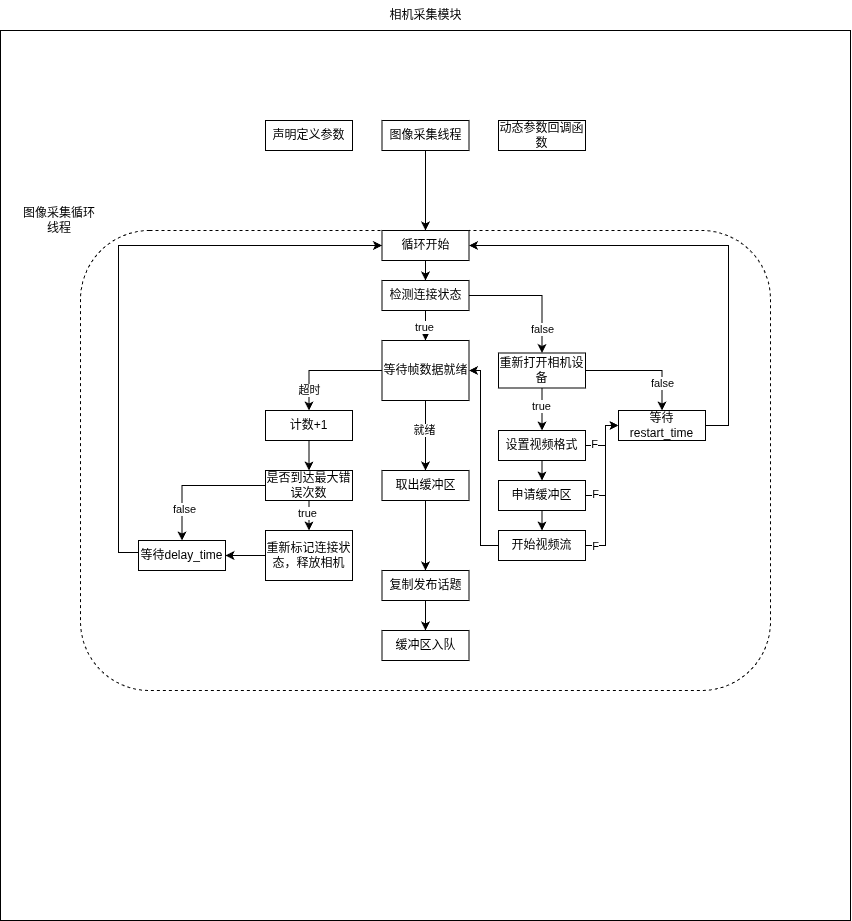
adoreATRI/ATRI_usb_camera keeps this draw.io diagram as docs/图像采集逻辑.png. Above is the earlier version. Source tidied: cells renumbered, new cells last; positions are measured from the earlier drawing's top-left corner, leaving out a move shared by most shapes.
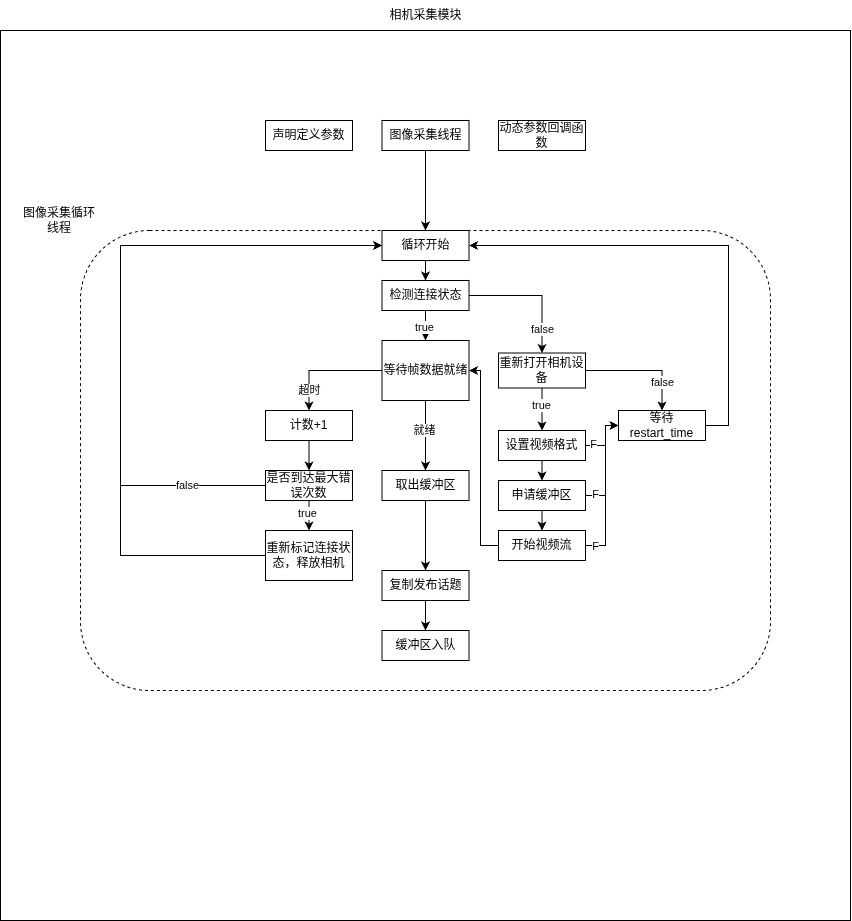
Later version of the same file.

Diff of the diagram source:
```diff
@@ -107,32 +107,34 @@
     <mxCell id="33" value="true" style="edgeLabel;html=1;align=center;verticalAlign=middle;" parent="32" vertex="1">
       <mxGeometry x="-0.51" y="-2" relative="1" as="geometry" />
     </mxCell>
-    <mxCell id="34" style="edgeStyle=orthogonalEdgeStyle;rounded=0;jettySize=auto;html=1;entryX=0.5;entryY=0;entryDx=0;entryDy=0;" parent="1" edge="1" source="36" target="40">
-      <mxGeometry relative="1" as="geometry" />
+    <mxCell id="34" style="edgeStyle=orthogonalEdgeStyle;rounded=0;jettySize=auto;html=1;entryX=0;entryY=0.5;entryDx=0;entryDy=0;" parent="1" edge="1" source="36" target="42">
+      <mxGeometry relative="1" as="geometry">
+        <Array as="points">
+          <mxPoint x="120" y="485" />
+          <mxPoint x="120" y="245" />
+        </Array>
+      </mxGeometry>
     </mxCell>
+    <mxCell id="57" value="Text" style="edgeLabel;html=1;align=center;verticalAlign=middle;" parent="34" vertex="1">
+      <mxGeometry x="-0.76" y="-1" relative="1" as="geometry" />
+    </mxCell>
     <mxCell id="35" value="false" style="edgeLabel;html=1;align=center;verticalAlign=middle;" parent="34" vertex="1">
-      <mxGeometry x="0.54" y="2" relative="1" as="geometry" />
+      <mxGeometry x="-0.76" relative="1" as="geometry" />
     </mxCell>
     <mxCell id="36" value="是否到达最大错误次数" style="rounded=0;whiteSpace=wrap;html=1;" parent="1" vertex="1">
       <mxGeometry x="265" y="470" width="87" height="30" as="geometry" />
     </mxCell>
-    <mxCell id="37" style="edgeStyle=orthogonalEdgeStyle;rounded=0;jettySize=auto;html=1;entryX=1;entryY=0.5;entryDx=0;entryDy=0;" parent="1" edge="1" source="38" target="40">
-      <mxGeometry relative="1" as="geometry" />
+    <mxCell id="37" style="edgeStyle=orthogonalEdgeStyle;rounded=0;jettySize=auto;html=1;entryX=0;entryY=0.5;entryDx=0;entryDy=0;" parent="1" edge="1" source="38" target="42">
+      <mxGeometry relative="1" as="geometry">
+        <Array as="points">
+          <mxPoint x="120" y="555" />
+          <mxPoint x="120" y="245" />
+        </Array>
+      </mxGeometry>
     </mxCell>
     <mxCell id="38" value="重新标记连接状态，释放相机" style="rounded=0;whiteSpace=wrap;html=1;" parent="1" vertex="1">
       <mxGeometry x="265" y="530" width="87" height="50" as="geometry" />
     </mxCell>
-    <mxCell id="39" style="edgeStyle=orthogonalEdgeStyle;rounded=0;jettySize=auto;html=1;entryX=0;entryY=0.5;entryDx=0;entryDy=0;" parent="1" edge="1" source="40" target="42">
-      <mxGeometry relative="1" as="geometry">
-        <Array as="points">
-          <mxPoint x="118" y="552" />
-          <mxPoint x="118" y="245" />
-        </Array>
-      </mxGeometry>
-    </mxCell>
-    <mxCell id="40" value="等待delay_time" style="rounded=0;whiteSpace=wrap;html=1;" parent="1" vertex="1">
-      <mxGeometry x="138" y="540" width="87" height="30" as="geometry" />
-    </mxCell>
     <mxCell id="41" style="edgeStyle=orthogonalEdgeStyle;rounded=0;jettySize=auto;html=1;entryX=0.5;entryY=0;entryDx=0;entryDy=0;" parent="1" edge="1" source="42" target="13">
       <mxGeometry relative="1" as="geometry" />
     </mxCell>
```
